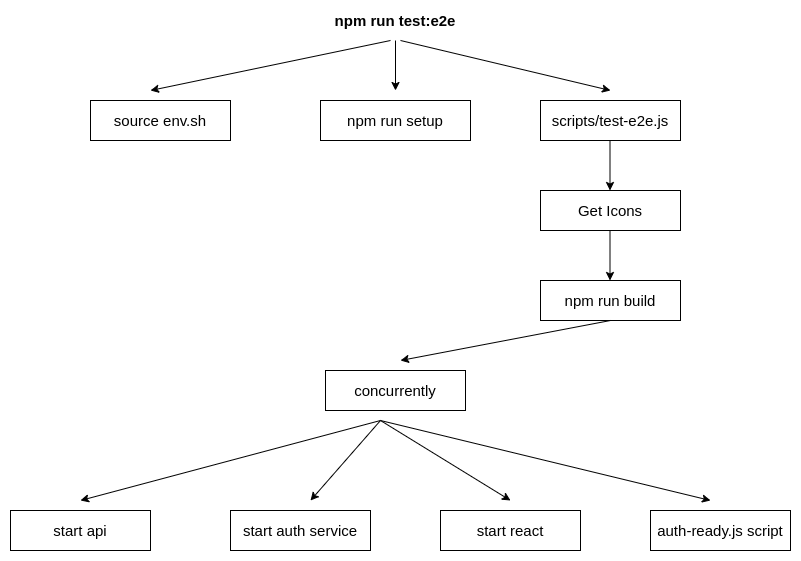
Above: packages/dashboard/e2e/docs/resources/e2e-E2e-start-process.png in open-rmf/rmf-web (draw.io), before the change. Source tidied: cells renumbered, new cells last; positions are measured from the earlier drawing's top-left corner, leaving out a move shared by most shapes.
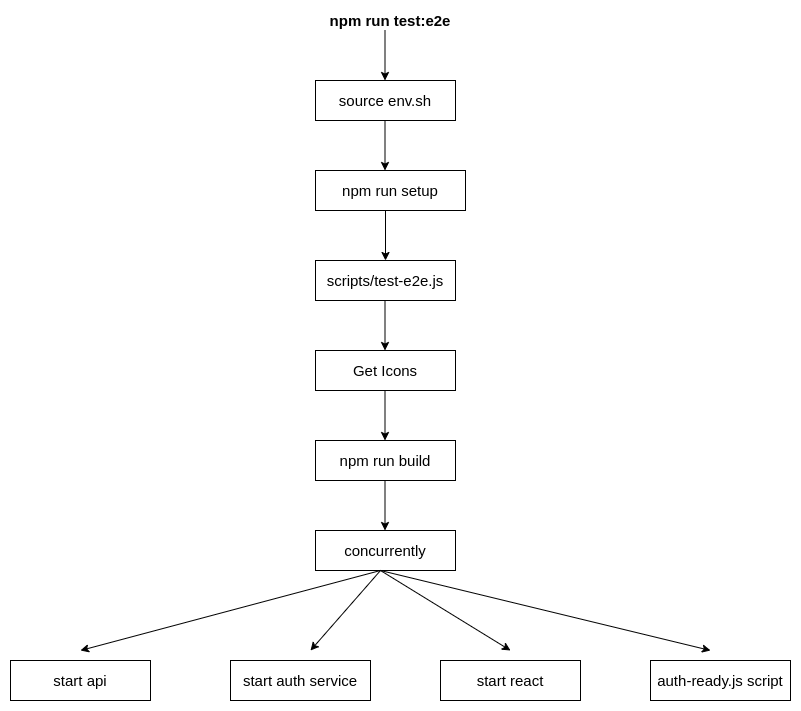
Above is the later version.

Change to the diagram source:
```diff
@@ -3,97 +3,97 @@
     <mxCell id="0" />
     <mxCell id="1" parent="0" />
     <mxCell id="2" value="npm run test:e2e" style="text;html=1;strokeColor=none;fillColor=none;align=center;verticalAlign=middle;whiteSpace=wrap;rounded=0;fontSize=15;fontStyle=1;" parent="1" vertex="1">
-      <mxGeometry x="290" width="190" height="20" as="geometry" />
+      <mxGeometry x="280" y="120" width="190" height="20" as="geometry" />
     </mxCell>
     <mxCell id="3" value="Get Icons" style="rounded=0;whiteSpace=wrap;html=1;fontSize=15;" parent="1" vertex="1">
-      <mxGeometry x="530" y="180" width="140" height="40" as="geometry" />
+      <mxGeometry x="300" y="460" width="140" height="40" as="geometry" />
     </mxCell>
     <mxCell id="4" value="scripts/test-e2e.js" style="rounded=0;whiteSpace=wrap;html=1;fontSize=15;" parent="1" vertex="1">
-      <mxGeometry x="530" y="90" width="140" height="40" as="geometry" />
+      <mxGeometry x="300" y="370" width="140" height="40" as="geometry" />
     </mxCell>
     <mxCell id="5" value="npm run setup" style="rounded=0;whiteSpace=wrap;html=1;fontSize=15;" parent="1" vertex="1">
-      <mxGeometry x="310" y="90" width="150" height="40" as="geometry" />
+      <mxGeometry x="300" y="280" width="150" height="40" as="geometry" />
     </mxCell>
     <mxCell id="6" value="source env.sh" style="rounded=0;whiteSpace=wrap;html=1;fontSize=15;" parent="1" vertex="1">
-      <mxGeometry x="80" y="90" width="140" height="40" as="geometry" />
+      <mxGeometry x="300" y="190" width="140" height="40" as="geometry" />
     </mxCell>
-    <mxCell id="7" style="endArrow=classic;html=1;fontSize=15;" parent="1" edge="1">
-      <mxGeometry relative="1" as="geometry">
-        <mxPoint x="380" y="30" as="sourcePoint" />
-        <mxPoint x="140" y="80" as="targetPoint" />
-      </mxGeometry>
-    </mxCell>
     <mxCell id="8" style="endArrow=classic;html=1;fontSize=15;" parent="1" edge="1">
       <mxGeometry relative="1" as="geometry">
-        <mxPoint x="385" y="30" as="sourcePoint" />
-        <mxPoint x="385" y="80" as="targetPoint" />
+        <mxPoint x="369.5" y="140" as="sourcePoint" />
+        <mxPoint x="369.5" y="190" as="targetPoint" />
       </mxGeometry>
     </mxCell>
-    <mxCell id="9" style="endArrow=classic;html=1;fontSize=15;" parent="1" edge="1">
-      <mxGeometry relative="1" as="geometry">
-        <mxPoint x="390" y="30" as="sourcePoint" />
-        <mxPoint x="600" y="80" as="targetPoint" />
-      </mxGeometry>
-    </mxCell>
     <mxCell id="10" style="endArrow=classic;html=1;fontSize=15;" parent="1" edge="1">
       <mxGeometry relative="1" as="geometry">
-        <mxPoint x="599.5" y="130" as="sourcePoint" />
-        <mxPoint x="599.5" y="180" as="targetPoint" />
+        <mxPoint x="369.5" y="410" as="sourcePoint" />
+        <mxPoint x="369.5" y="460" as="targetPoint" />
       </mxGeometry>
     </mxCell>
     <mxCell id="11" style="endArrow=classic;html=1;fontSize=15;" parent="1" edge="1">
       <mxGeometry relative="1" as="geometry">
-        <mxPoint x="599.5" y="220" as="sourcePoint" />
-        <mxPoint x="599.5" y="270" as="targetPoint" />
+        <mxPoint x="369.5" y="500" as="sourcePoint" />
+        <mxPoint x="369.5" y="550" as="targetPoint" />
       </mxGeometry>
     </mxCell>
     <mxCell id="12" value="npm run build" style="rounded=0;whiteSpace=wrap;html=1;fontSize=15;" parent="1" vertex="1">
-      <mxGeometry x="530" y="270" width="140" height="40" as="geometry" />
+      <mxGeometry x="300" y="550" width="140" height="40" as="geometry" />
     </mxCell>
-    <mxCell id="13" style="endArrow=classic;html=1;fontSize=15;" parent="1" edge="1">
-      <mxGeometry relative="1" as="geometry">
-        <mxPoint x="600" y="310" as="sourcePoint" />
-        <mxPoint x="390" y="350" as="targetPoint" />
-      </mxGeometry>
-    </mxCell>
     <mxCell id="14" value="concurrently" style="rounded=0;whiteSpace=wrap;html=1;fontSize=15;" parent="1" vertex="1">
-      <mxGeometry x="315" y="360" width="140" height="40" as="geometry" />
+      <mxGeometry x="300" y="640" width="140" height="40" as="geometry" />
     </mxCell>
     <mxCell id="15" style="endArrow=classic;html=1;fontSize=15;" parent="1" edge="1">
       <mxGeometry relative="1" as="geometry">
-        <mxPoint x="370" y="410" as="sourcePoint" />
-        <mxPoint x="70" y="490" as="targetPoint" />
+        <mxPoint x="365" y="680" as="sourcePoint" />
+        <mxPoint x="65" y="760" as="targetPoint" />
       </mxGeometry>
     </mxCell>
     <mxCell id="16" value="auth-ready.js script" style="rounded=0;whiteSpace=wrap;html=1;fontSize=15;" parent="1" vertex="1">
-      <mxGeometry x="640" y="500" width="140" height="40" as="geometry" />
+      <mxGeometry x="635" y="770" width="140" height="40" as="geometry" />
     </mxCell>
     <mxCell id="17" value="start react" style="rounded=0;whiteSpace=wrap;html=1;fontSize=15;" parent="1" vertex="1">
-      <mxGeometry x="430" y="500" width="140" height="40" as="geometry" />
+      <mxGeometry x="425" y="770" width="140" height="40" as="geometry" />
     </mxCell>
     <mxCell id="18" value="start auth service" style="rounded=0;whiteSpace=wrap;html=1;fontSize=15;" parent="1" vertex="1">
-      <mxGeometry x="220" y="500" width="140" height="40" as="geometry" />
+      <mxGeometry x="215" y="770" width="140" height="40" as="geometry" />
     </mxCell>
     <mxCell id="19" value="start api" style="rounded=0;whiteSpace=wrap;html=1;fontSize=15;" parent="1" vertex="1">
-      <mxGeometry y="500" width="140" height="40" as="geometry" />
+      <mxGeometry x="-5" y="770" width="140" height="40" as="geometry" />
     </mxCell>
     <mxCell id="20" style="endArrow=classic;html=1;fontSize=15;" parent="1" edge="1">
       <mxGeometry relative="1" as="geometry">
-        <mxPoint x="370" y="410" as="sourcePoint" />
-        <mxPoint x="300" y="490" as="targetPoint" />
+        <mxPoint x="365" y="680" as="sourcePoint" />
+        <mxPoint x="295" y="760" as="targetPoint" />
       </mxGeometry>
     </mxCell>
     <mxCell id="21" style="endArrow=classic;html=1;fontSize=15;" parent="1" edge="1">
       <mxGeometry relative="1" as="geometry">
-        <mxPoint x="370" y="410" as="sourcePoint" />
-        <mxPoint x="500" y="490" as="targetPoint" />
+        <mxPoint x="365" y="680" as="sourcePoint" />
+        <mxPoint x="495" y="760" as="targetPoint" />
       </mxGeometry>
     </mxCell>
     <mxCell id="22" style="endArrow=classic;html=1;fontSize=15;" parent="1" edge="1">
       <mxGeometry relative="1" as="geometry">
-        <mxPoint x="370" y="410" as="sourcePoint" />
-        <mxPoint x="700" y="490" as="targetPoint" />
+        <mxPoint x="365" y="680" as="sourcePoint" />
+        <mxPoint x="695" y="760" as="targetPoint" />
       </mxGeometry>
     </mxCell>
+    <mxCell id="23" style="endArrow=classic;html=1;fontSize=15;" parent="1" edge="1">
+      <mxGeometry relative="1" as="geometry">
+        <mxPoint x="369.5" y="590" as="sourcePoint" />
+        <mxPoint x="369.5" y="640" as="targetPoint" />
+      </mxGeometry>
+    </mxCell>
+    <mxCell id="24" style="endArrow=classic;html=1;fontSize=15;" parent="1" edge="1">
+      <mxGeometry relative="1" as="geometry">
+        <mxPoint x="370" y="320" as="sourcePoint" />
+        <mxPoint x="370" y="370" as="targetPoint" />
+      </mxGeometry>
+    </mxCell>
+    <mxCell id="25" style="endArrow=classic;html=1;fontSize=15;" parent="1" edge="1">
+      <mxGeometry relative="1" as="geometry">
+        <mxPoint x="369.5" y="230" as="sourcePoint" />
+        <mxPoint x="369.5" y="280" as="targetPoint" />
+      </mxGeometry>
+    </mxCell>
   </root>
 </mxGraphModel>
```
